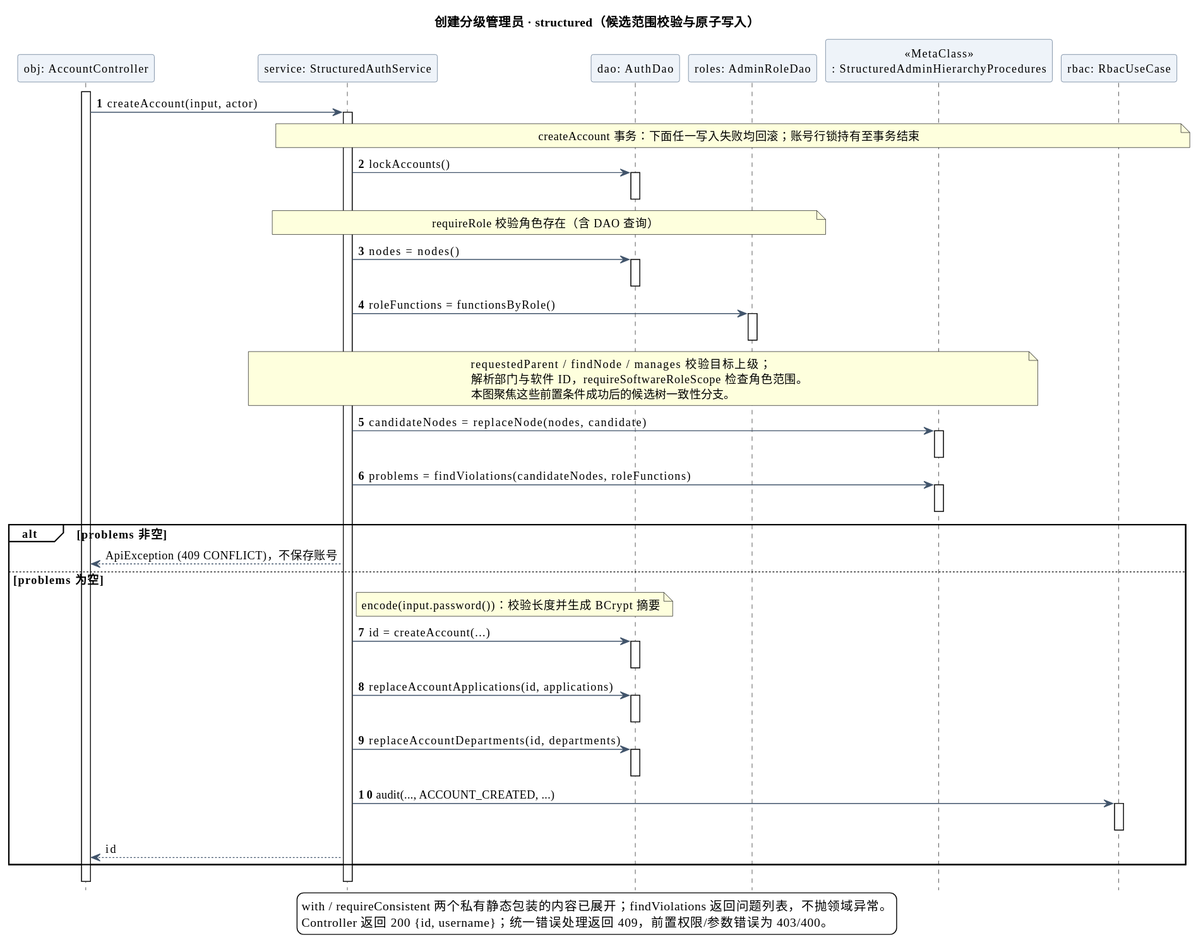
JiuQi79-BOT/MelonHub keeps this PlantUML diagram as doc/uml/admin-account-sequence.svg. Above is the earlier version. Source of this version:
```plantuml
@startuml
skinparam shadowing false
skinparam defaultFontName Microsoft YaHei
skinparam defaultFontSize 13
skinparam classAttributeIconSize 0
skinparam backgroundColor white
skinparam ArrowColor #41546B
skinparam classBackgroundColor #F5F8FC
skinparam classBorderColor #59708C
skinparam sequenceParticipantBackgroundColor #EEF3F9
skinparam sequenceParticipantBorderColor #59708C
skinparam sequenceGroupBackgroundColor transparent
skinparam sequenceMessageAlign left
hide footbox
title 创建分级管理员 · structured（候选范围校验与原子写入）
autonumber
participant "obj: AccountController" as C
participant "service: StructuredAuthService" as S
participant "dao: AuthDao" as D
participant "roles: AdminRoleDao" as R
participant "«MetaClass»\n: StructuredAdminHierarchyProcedures" as P
participant "rbac: RbacUseCase" as Audit
activate C
C -> S: createAccount(input, actor)
activate S
note over S,Audit: createAccount 事务：下面任一写入失败均回滚；账号行锁持有至事务结束
S -> D: lockAccounts()
activate D
deactivate D
note over S,R: requireRole 校验角色存在（含 DAO 查询）
S -> D: nodes = nodes()
activate D
deactivate D
S -> R: roleFunctions = functionsByRole()
activate R
deactivate R
note over S,P
requestedParent / findNode / manages 校验目标上级；
解析部门与软件 ID，requireSoftwareRoleScope 检查角色范围。
本图聚焦这些前置条件成功后的候选树一致性分支。
end note
S -> P: candidateNodes = replaceNode(nodes, candidate)
activate P
deactivate P
S -> P: problems = findViolations(candidateNodes, roleFunctions)
activate P
deactivate P
alt problems 非空
 autonumber stop
 S --> C: ApiException (409 CONFLICT)，不保存账号
else problems 为空
 note right of S: encode(input.password())：校验长度并生成 BCrypt 摘要
 autonumber resume
 S -> D: id = createAccount(...)
 activate D
 deactivate D
 S -> D: replaceAccountApplications(id, applications)
 activate D
 deactivate D
 S -> D: replaceAccountDepartments(id, departments)
 activate D
 deactivate D
 S -> Audit: audit(..., ACCOUNT_CREATED, ...)
 activate Audit
 deactivate Audit
 autonumber stop
 S --> C: id
end
||12||
deactivate S
deactivate C
legend bottom
with / requireConsistent 两个私有静态包装的内容已展开；findViolations 返回问题列表，不抛领域异常。
Controller 返回 200 {id, username}；统一错误处理返回 409，前置权限/参数错误为 403/400。
endlegend
@enduml
```
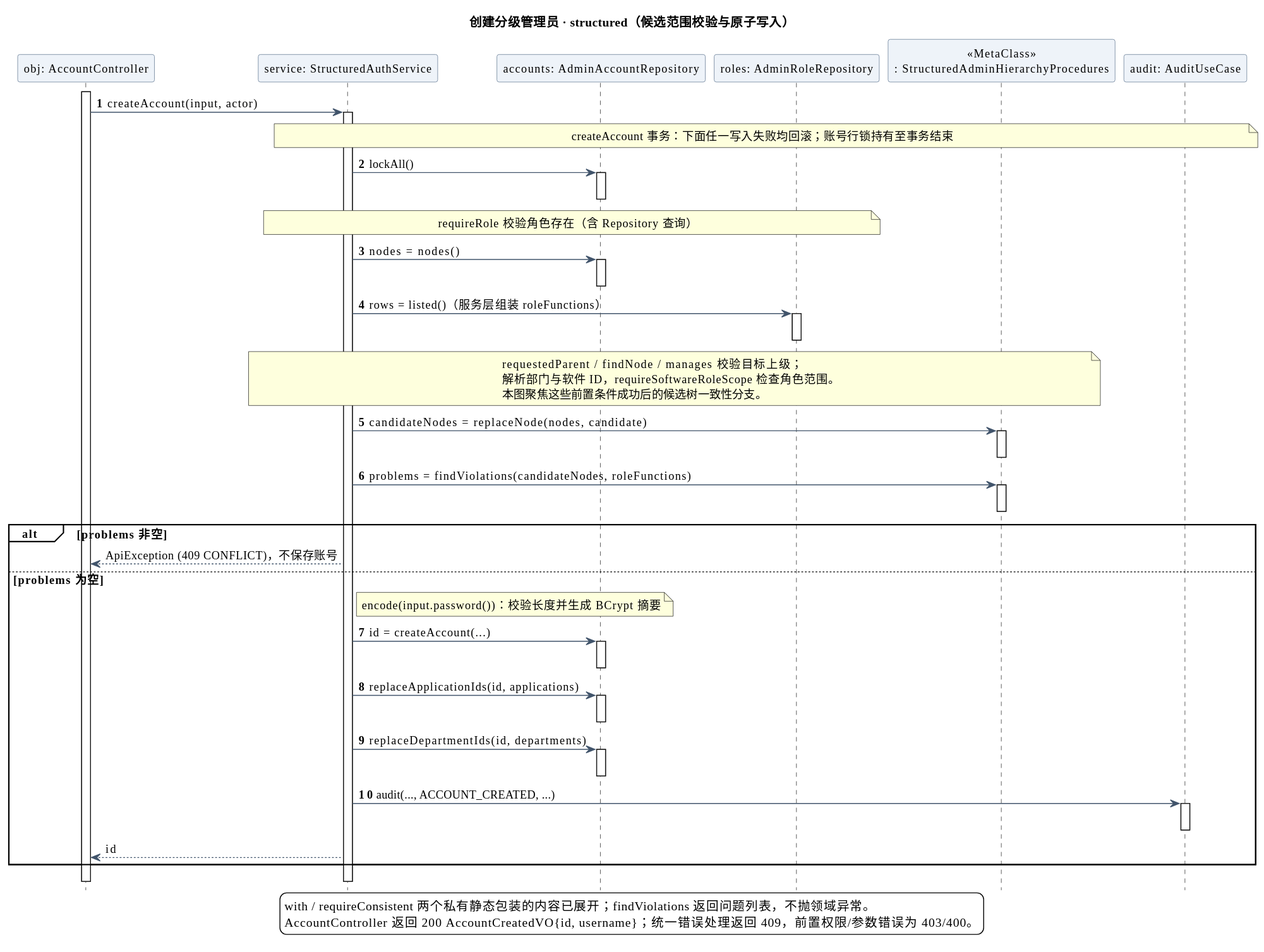
The same file after the commit.

The edit, as a diff of the source:
```diff
@@ -16,22 +16,22 @@
 autonumber
 participant "obj: AccountController" as C
 participant "service: StructuredAuthService" as S
-participant "dao: AuthDao" as D
-participant "roles: AdminRoleDao" as R
+participant "accounts: AdminAccountRepository" as D
+participant "roles: AdminRoleRepository" as R
 participant "«MetaClass»\n: StructuredAdminHierarchyProcedures" as P
-participant "rbac: RbacUseCase" as Audit
+participant "audit: AuditUseCase" as Audit
 activate C
 C -> S: createAccount(input, actor)
 activate S
 note over S,Audit: createAccount 事务：下面任一写入失败均回滚；账号行锁持有至事务结束
-S -> D: lockAccounts()
+S -> D: lockAll()
 activate D
 deactivate D
-note over S,R: requireRole 校验角色存在（含 DAO 查询）
+note over S,R: requireRole 校验角色存在（含 Repository 查询）
 S -> D: nodes = nodes()
 activate D
 deactivate D
-S -> R: roleFunctions = functionsByRole()
+S -> R: rows = listed()（服务层组装 roleFunctions）
 activate R
 deactivate R
 note over S,P
@@ -54,10 +54,10 @@
  S -> D: id = createAccount(...)
  activate D
  deactivate D
- S -> D: replaceAccountApplications(id, applications)
+ S -> D: replaceApplicationIds(id, applications)
  activate D
  deactivate D
- S -> D: replaceAccountDepartments(id, departments)
+ S -> D: replaceDepartmentIds(id, departments)
  activate D
  deactivate D
  S -> Audit: audit(..., ACCOUNT_CREATED, ...)
@@ -71,6 +71,6 @@
 deactivate C
 legend bottom
 with / requireConsistent 两个私有静态包装的内容已展开；findViolations 返回问题列表，不抛领域异常。
-Controller 返回 200 {id, username}；统一错误处理返回 409，前置权限/参数错误为 403/400。
+AccountController 返回 200 AccountCreatedVO{id, username}；统一错误处理返回 409，前置权限/参数错误为 403/400。
 endlegend
 @enduml
```
